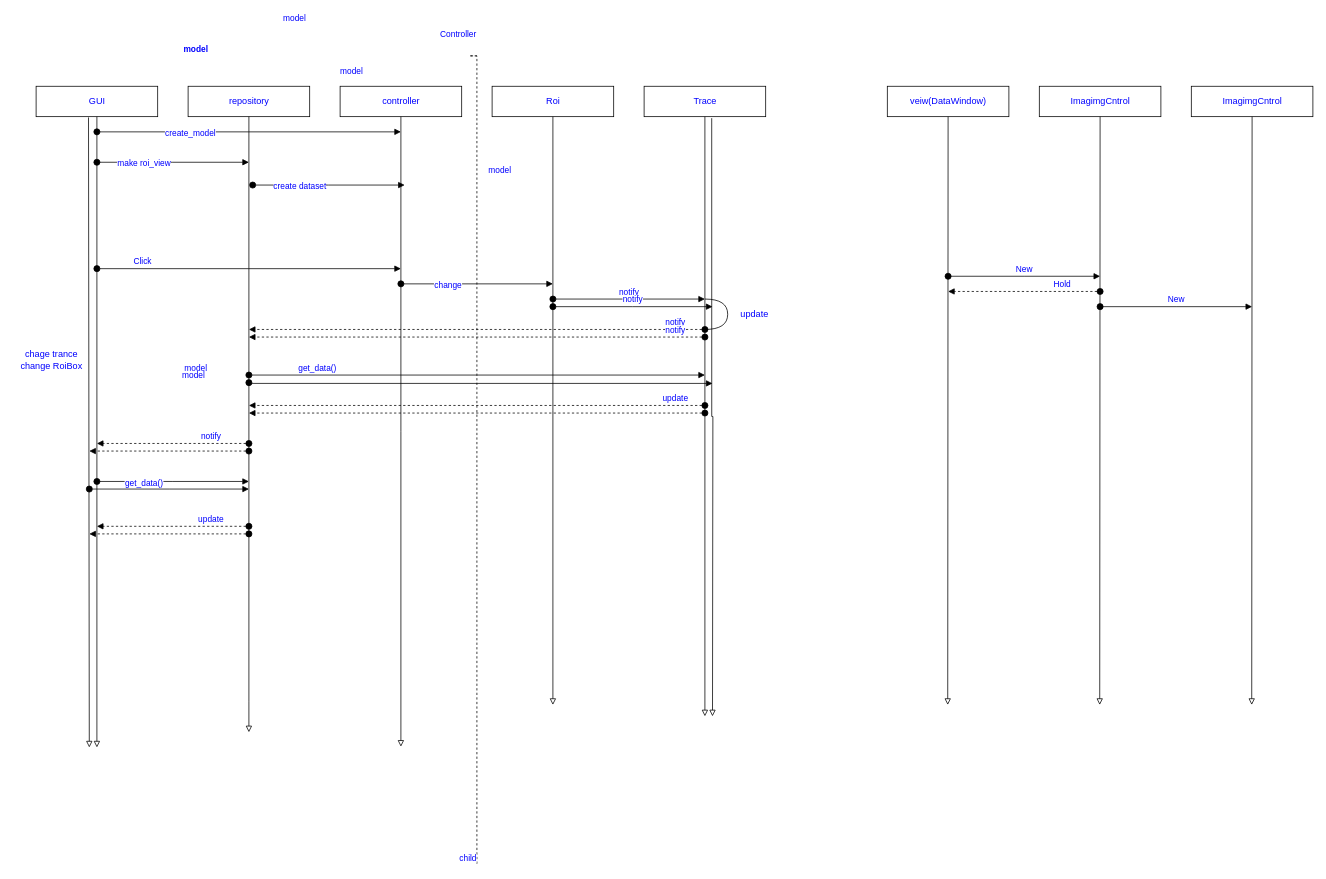
The draw.io diagram page "MVC squence" (4 of 4) of UML_SCANDATA.drawio in lunelukkio/SCANDATA, before the edit. Source tidied: cells renumbered, new cells numbered last; positions are measured from the earlier drawing's top-left corner, leaving out a move shared by most shapes. Both pictures are drawn from the tidied source at 76%, with x=0, y=0 at pixel (13, 55).
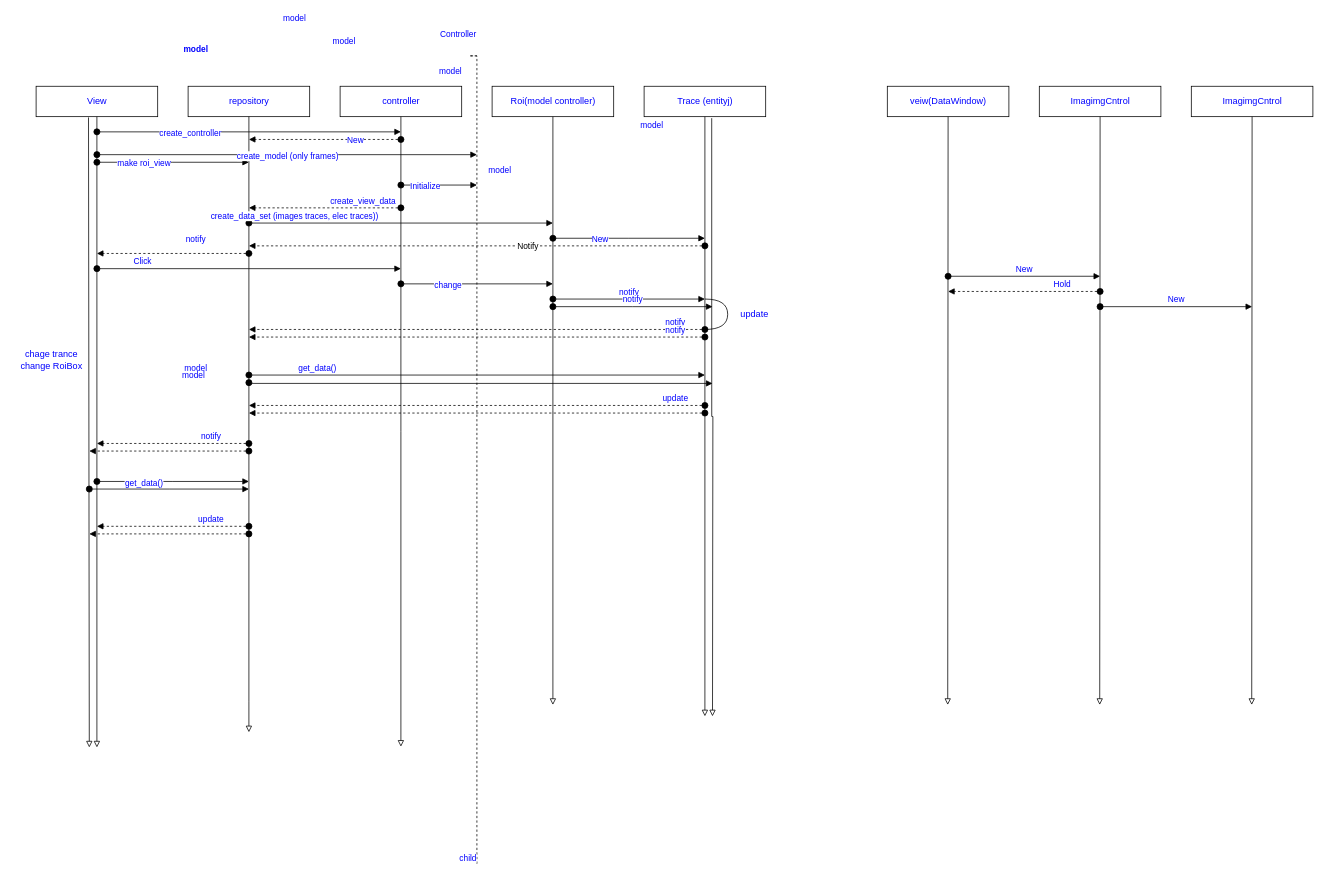
The same page after the edit.

The change refers to these unchanged cells:
```xml
<mxCell id="51" value="model" style="html=1;verticalAlign=bottom;startArrow=oval;startFill=1;endArrow=block;startSize=8;edgeStyle=elbowEdgeStyle;elbow=vertical;curved=0;rounded=0;fontColor=#0000FF;" parent="1" edge="1">
  <mxGeometry x="0.3" y="140" relative="1" as="geometry">
    <mxPoint x="110" y="100" as="sourcePoint" />
    <mxPoint x="510" y="100" as="targetPoint" />
  </mxGeometry>
</mxCell>
```

Diff of the diagram source:
```diff
@@
-    <mxCell id="3" value="GUI" style="html=1;fontColor=#0000FF;fillColor=none;" parent="1" vertex="1">
+    <mxCell id="3" value="View" style="html=1;fontColor=#0000FF;fillColor=none;" parent="1" vertex="1">
       <mxGeometry x="30" y="40" width="160" height="40" as="geometry" />
     </mxCell>
@@
-    <mxCell id="7" value="Roi" style="html=1;fontColor=#0000FF;fillColor=none;" parent="1" vertex="1">
+    <mxCell id="7" value="Roi(model controller)" style="html=1;fontColor=#0000FF;fillColor=none;" parent="1" vertex="1">
       <mxGeometry x="630" y="40" width="160" height="40" as="geometry" />
     </mxCell>
@@
-    <mxCell id="9" value="Trace" style="html=1;fontColor=#0000FF;fillColor=none;" parent="1" vertex="1">
+    <mxCell id="9" value="Trace (entityj)" style="html=1;fontColor=#0000FF;fillColor=none;" parent="1" vertex="1">
       <mxGeometry x="830" y="40" width="160" height="40" as="geometry" />
     </mxCell>
@@
-    <mxCell id="49" value="model" style="html=1;verticalAlign=bottom;startArrow=oval;startFill=1;endArrow=block;startSize=8;edgeStyle=elbowEdgeStyle;elbow=vertical;curved=0;rounded=0;fontColor=#0000FF;" parent="1" edge="1">
-      <mxGeometry x="0.3" y="140" relative="1" as="geometry">
-        <mxPoint x="315" y="170" as="sourcePoint" />
-        <mxPoint x="515" y="170" as="targetPoint" />
-      </mxGeometry>
-    </mxCell>
-    <mxCell id="50" value="create dataset" style="edgeLabel;html=1;align=center;verticalAlign=middle;fontColor=#0000FF;" parent="49" vertex="1">
-      <mxGeometry x="-0.39" y="-1" relative="1" as="geometry" />
-    </mxCell>
@@
-    <mxCell id="52" value="create_model" style="edgeLabel;html=1;align=center;verticalAlign=middle;fontColor=#0000FF;" parent="51" vertex="1">
+    <mxCell id="52" value="create_controller" style="edgeLabel;html=1;align=center;verticalAlign=middle;fontColor=#0000FF;" parent="51" vertex="1">
       <mxGeometry x="-0.39" y="-1" relative="1" as="geometry" />
     </mxCell>
+    <mxCell id="53" value="model" style="html=1;verticalAlign=bottom;startArrow=oval;startFill=1;endArrow=block;startSize=8;edgeStyle=elbowEdgeStyle;elbow=vertical;curved=0;rounded=0;fontColor=#0000FF;" parent="1" edge="1">
+      <mxGeometry x="0.3" y="140" relative="1" as="geometry">
+        <mxPoint x="110" y="130" as="sourcePoint" />
+        <mxPoint x="610" y="130" as="targetPoint" />
+      </mxGeometry>
+    </mxCell>
+    <mxCell id="54" value="create_model (only frames)" style="edgeLabel;html=1;align=center;verticalAlign=middle;fontColor=#0000FF;" parent="53" vertex="1">
+      <mxGeometry x="-0.39" y="-1" relative="1" as="geometry">
+        <mxPoint x="97" as="offset" />
+      </mxGeometry>
+    </mxCell>
+    <mxCell id="55" value="New" style="html=1;verticalAlign=bottom;startArrow=oval;startFill=1;endArrow=block;startSize=8;edgeStyle=elbowEdgeStyle;elbow=vertical;curved=0;rounded=0;fontColor=#0000FF;dashed=1;" parent="1" edge="1">
+      <mxGeometry x="-0.4" y="10" relative="1" as="geometry">
+        <mxPoint x="510" y="110" as="sourcePoint" />
+        <mxPoint x="310" y="110" as="targetPoint" />
+      </mxGeometry>
+    </mxCell>
+    <mxCell id="56" value="model" style="html=1;verticalAlign=bottom;startArrow=oval;startFill=1;endArrow=block;startSize=8;edgeStyle=elbowEdgeStyle;elbow=vertical;curved=0;rounded=0;fontColor=#0000FF;" parent="1" edge="1">
+      <mxGeometry x="0.3" y="140" relative="1" as="geometry">
+        <mxPoint x="510" y="170" as="sourcePoint" />
+        <mxPoint x="610" y="170" as="targetPoint" />
+      </mxGeometry>
+    </mxCell>
+    <mxCell id="57" value="Initialize" style="edgeLabel;html=1;align=center;verticalAlign=middle;fontColor=#0000FF;" parent="56" vertex="1">
+      <mxGeometry x="-0.39" y="-1" relative="1" as="geometry" />
+    </mxCell>
+    <mxCell id="58" value="create_view_data" style="html=1;verticalAlign=bottom;startArrow=oval;startFill=1;endArrow=block;startSize=8;edgeStyle=elbowEdgeStyle;elbow=vertical;curved=0;rounded=0;fontColor=#0000FF;dashed=1;" parent="1" edge="1">
+      <mxGeometry x="-0.5" relative="1" as="geometry">
+        <mxPoint x="510" y="200" as="sourcePoint" />
+        <mxPoint x="310" y="200" as="targetPoint" />
+      </mxGeometry>
+    </mxCell>
+    <mxCell id="59" value="create_data_set (images traces, elec traces))" style="html=1;verticalAlign=bottom;startArrow=oval;startFill=1;endArrow=block;startSize=8;edgeStyle=elbowEdgeStyle;elbow=vertical;curved=0;rounded=0;fontColor=#0000FF;" parent="1" edge="1">
+      <mxGeometry x="-0.7" relative="1" as="geometry">
+        <mxPoint x="310" y="220" as="sourcePoint" />
+        <mxPoint x="710" y="220" as="targetPoint" />
+      </mxGeometry>
+    </mxCell>
+    <mxCell id="60" value="model" style="html=1;verticalAlign=bottom;startArrow=oval;startFill=1;endArrow=block;startSize=8;edgeStyle=elbowEdgeStyle;elbow=vertical;curved=0;rounded=0;fontColor=#0000FF;" parent="1" edge="1">
+      <mxGeometry x="0.3" y="140" relative="1" as="geometry">
+        <mxPoint x="710" y="240" as="sourcePoint" />
+        <mxPoint x="910" y="240" as="targetPoint" />
+      </mxGeometry>
+    </mxCell>
+    <mxCell id="61" value="New" style="edgeLabel;html=1;align=center;verticalAlign=middle;fontColor=#0000FF;" parent="60" vertex="1">
+      <mxGeometry x="-0.39" y="-1" relative="1" as="geometry" />
+    </mxCell>
+    <mxCell id="62" style="html=1;verticalAlign=bottom;startArrow=oval;startFill=1;endArrow=block;startSize=8;edgeStyle=elbowEdgeStyle;elbow=vertical;curved=0;rounded=0;fontColor=#0000FF;dashed=1;" parent="1" edge="1">
+      <mxGeometry x="-0.87" relative="1" as="geometry">
+        <mxPoint x="910" y="250" as="sourcePoint" />
+        <mxPoint x="310" y="250" as="targetPoint" />
+      </mxGeometry>
+    </mxCell>
+    <mxCell id="63" value="Notify" style="edgeLabel;html=1;align=center;verticalAlign=middle;" parent="62" vertex="1">
+      <mxGeometry x="-0.22" relative="1" as="geometry" />
+    </mxCell>
+    <mxCell id="64" value="notify" style="html=1;verticalAlign=bottom;startArrow=oval;startFill=1;endArrow=block;startSize=8;edgeStyle=elbowEdgeStyle;elbow=vertical;curved=0;rounded=0;fontColor=#0000FF;dashed=1;" parent="1" edge="1">
+      <mxGeometry x="-0.3" y="-10" relative="1" as="geometry">
+        <mxPoint x="310" y="260" as="sourcePoint" />
+        <mxPoint x="110" y="260" as="targetPoint" />
+      </mxGeometry>
+    </mxCell>
```
